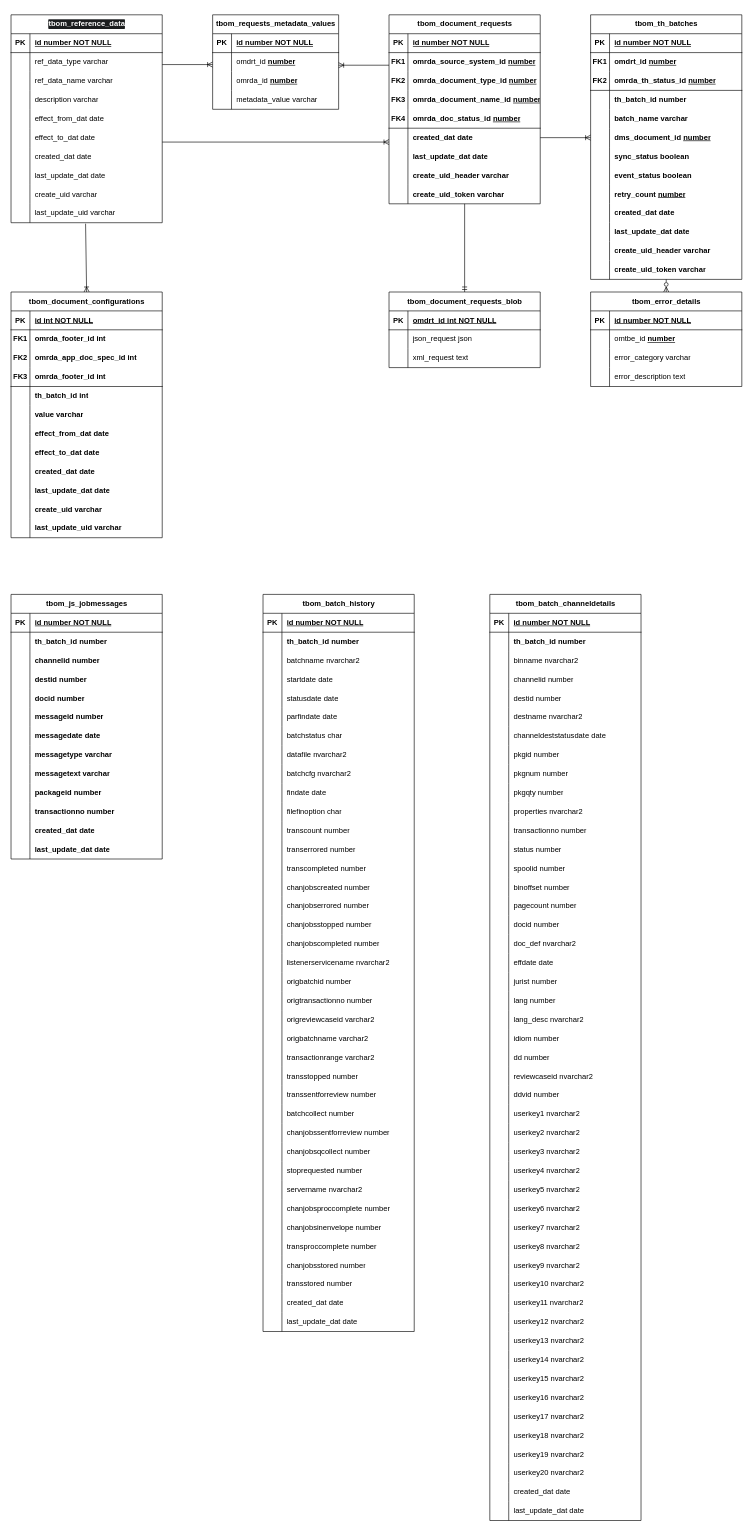
srhalor/common-libraries keeps this draw.io diagram as oms-db-utilities/design/entity-diagram-new.drawio. Above is the earlier version. Source tidied: cells renumbered, new cells numbered last; positions are measured from the earlier drawing's top-left corner, leaving out a move shared by most shapes. Both pictures are drawn from the tidied source at 63%, with x=0, y=0 at pixel (11, 14).
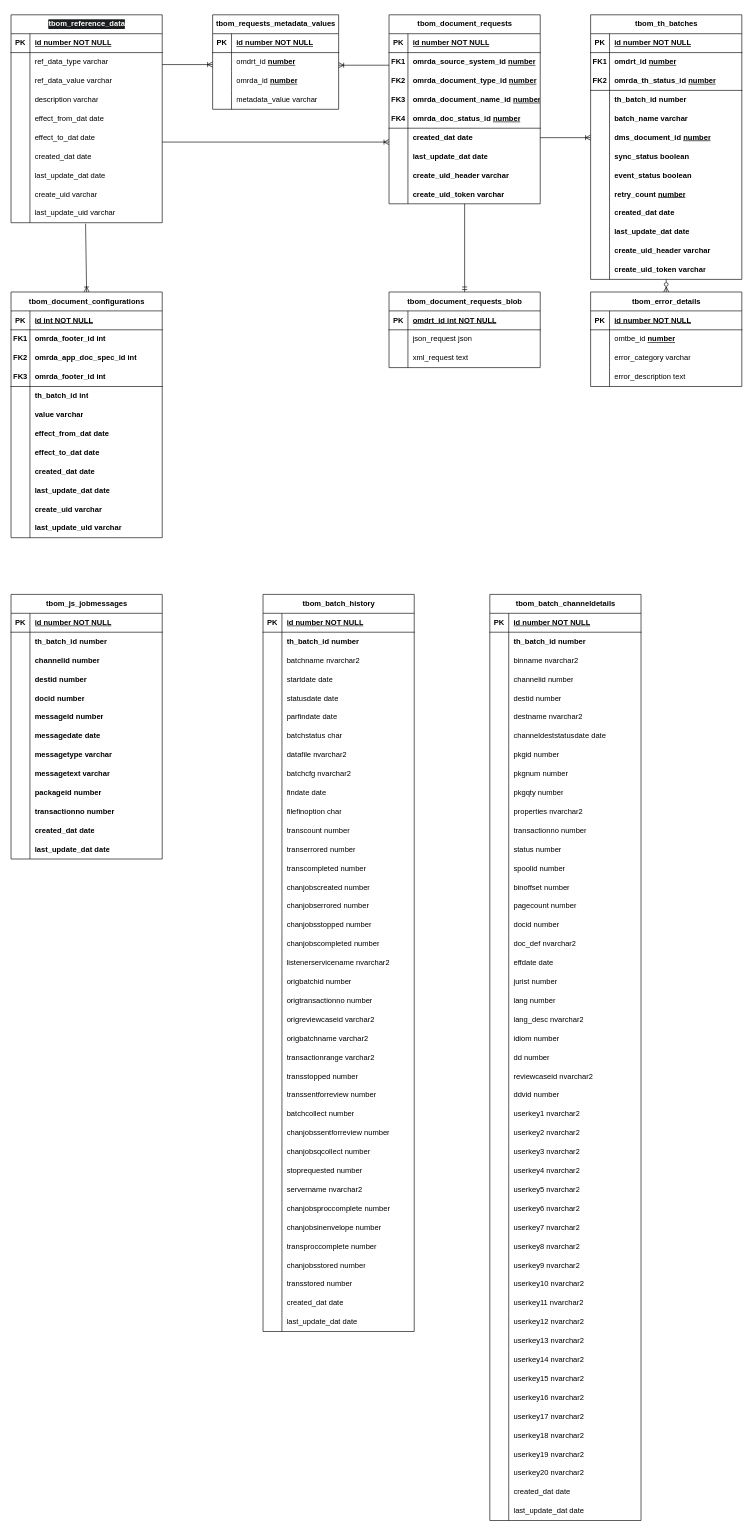
The same diagram, later.

Unchanged cells that the change refers to:
```xml
<mxCell id="9" style="shape=tableRow;horizontal=0;startSize=0;swimlaneHead=0;swimlaneBody=0;fillColor=none;top=0;left=0;right=0;bottom=0;" parent="2" vertex="1">
  <mxGeometry y="90" width="240" height="30" as="geometry" />
</mxCell>
```

Change to the diagram source:
```diff
@@
-    <mxCell id="11" value="ref_data_name varchar" style="shape=partialRectangle;fillColor=none;top=0;left=0;bottom=0;right=0;align=left;spacingLeft=6;overflow=hidden;whiteSpace=wrap;html=1;" parent="9" vertex="1">
+    <mxCell id="11" value="ref_data_value varchar" style="shape=partialRectangle;fillColor=none;top=0;left=0;bottom=0;right=0;align=left;spacingLeft=6;overflow=hidden;whiteSpace=wrap;html=1;" parent="9" vertex="1">
       <mxGeometry x="30" width="210" height="30" as="geometry" />
     </mxCell>
```
